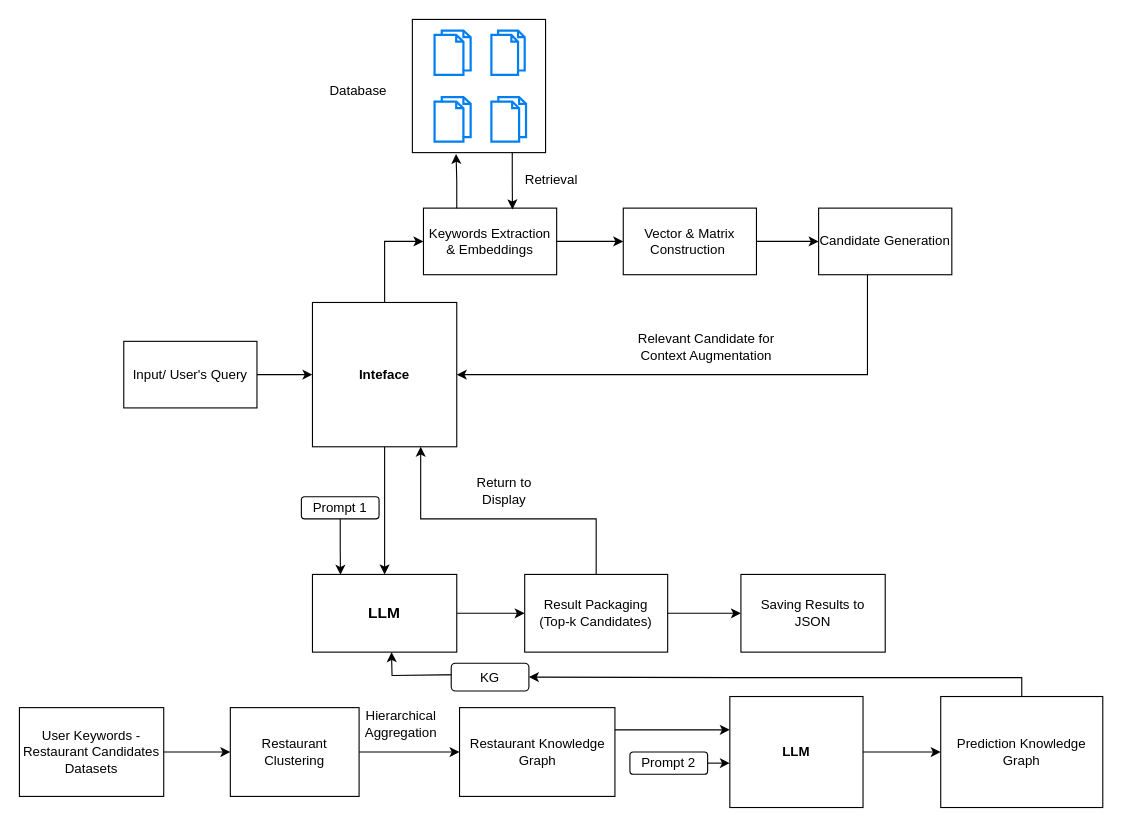
Mancupfire/Retrieval_Model keeps this draw.io diagram as Baseline.drawio. Above is the earlier version. Source tidied: cells renumbered, new cells numbered last; positions are measured from the earlier drawing's top-left corner, leaving out a move shared by most shapes. Both pictures are drawn from the tidied source at 111%, with x=0, y=0 at pixel (19, 19).
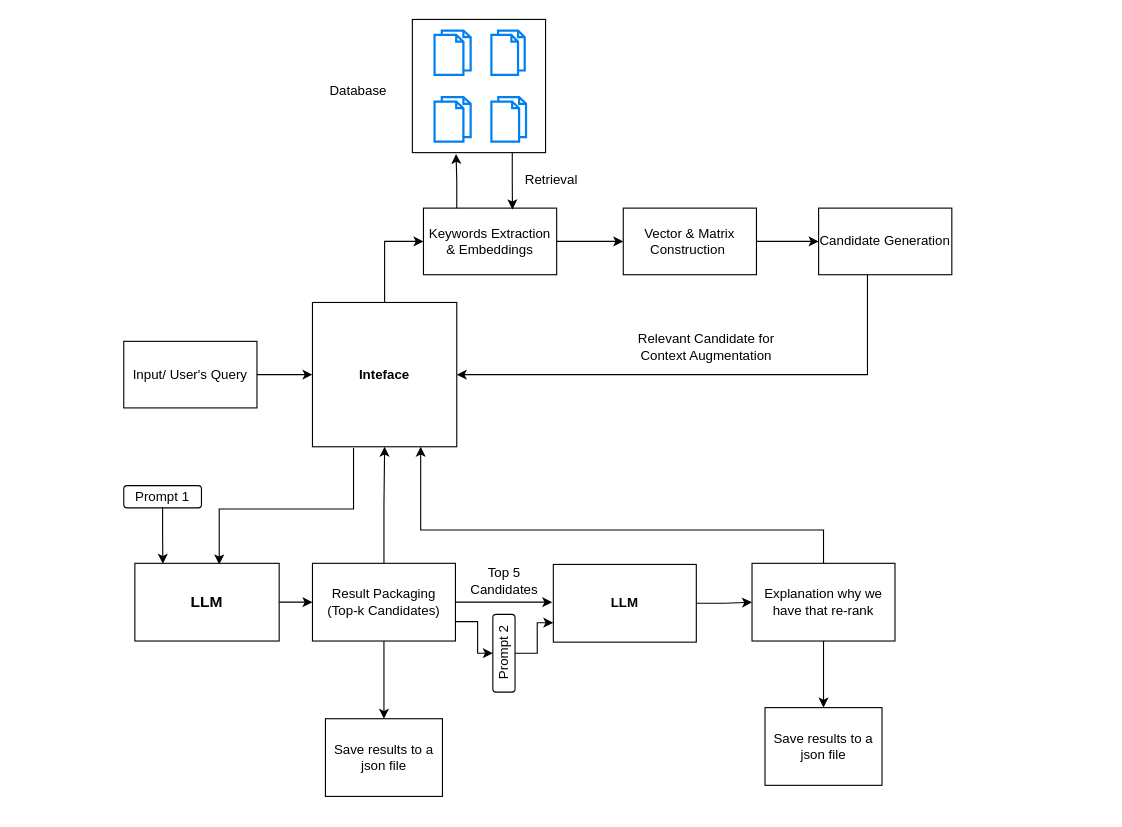
After the change.

Unchanged cells that the change refers to:
```xml
<mxCell id="7" value="&lt;b&gt;Inteface&lt;/b&gt;" style="rounded=0;whiteSpace=wrap;html=1;" parent="1" vertex="1">
  <mxGeometry x="264" y="255" width="130" height="130" as="geometry" />
</mxCell>
```

Change to the diagram source:
```diff
@@
-    <mxCell id="6" style="edgeStyle=orthogonalEdgeStyle;rounded=0;jettySize=auto;html=1;entryX=0.5;entryY=0;entryDx=0;entryDy=0;" parent="1" edge="1" source="7" target="23">
-      <mxGeometry relative="1" as="geometry" />
+    <mxCell id="6" style="edgeStyle=orthogonalEdgeStyle;rounded=0;orthogonalLoop=1;jettySize=auto;html=1;entryX=0.5;entryY=0;entryDx=0;entryDy=0;" parent="1" edge="1">
+      <mxGeometry relative="1" as="geometry">
+        <mxPoint x="301" y="386" as="sourcePoint" />
+        <mxPoint x="180" y="491" as="targetPoint" />
+        <Array as="points">
+          <mxPoint x="301" y="441" />
+          <mxPoint x="180" y="441" />
+        </Array>
+      </mxGeometry>
     </mxCell>
@@
     <mxCell id="23" value="&lt;b&gt;&lt;font style=&quot;font-size: 14px;&quot;&gt;LLM&lt;/font&gt;&lt;/b&gt;" style="rounded=0;whiteSpace=wrap;html=1;" parent="1" vertex="1">
-      <mxGeometry x="264" y="500" width="130" height="70" as="geometry" />
+      <mxGeometry x="104" y="490" width="130" height="70" as="geometry" />
     </mxCell>
     <mxCell id="24" value="Prompt 1" style="rounded=1;whiteSpace=wrap;html=1;" parent="1" vertex="1">
-      <mxGeometry x="254" y="430" width="70" height="20" as="geometry" />
+      <mxGeometry x="94" y="420" width="70" height="20" as="geometry" />
     </mxCell>
@@
-    <mxCell id="26" style="edgeStyle=orthogonalEdgeStyle;rounded=0;jettySize=auto;html=1;entryX=0;entryY=0.5;entryDx=0;entryDy=0;" parent="1" edge="1" source="28" target="29">
-      <mxGeometry relative="1" as="geometry" />
-    </mxCell>
-    <mxCell id="27" style="edgeStyle=orthogonalEdgeStyle;rounded=0;jettySize=auto;html=1;entryX=0.75;entryY=1;entryDx=0;entryDy=0;" parent="1" edge="1" source="28" target="7">
-      <mxGeometry relative="1" as="geometry">
-        <Array as="points">
-          <mxPoint x="520" y="450" />
-          <mxPoint x="362" y="450" />
-        </Array>
-      </mxGeometry>
+    <mxCell id="27" style="edgeStyle=orthogonalEdgeStyle;rounded=0;jettySize=auto;html=1;entryX=0.5;entryY=1;entryDx=0;entryDy=0;" parent="1" edge="1" source="28" target="7">
+      <mxGeometry relative="1" as="geometry" />
     </mxCell>
+    <mxCell id="47" style="edgeStyle=orthogonalEdgeStyle;rounded=0;jettySize=auto;html=1;" parent="1" edge="1" source="28">
+      <mxGeometry relative="1" as="geometry">
+        <mxPoint x="480" y="525" as="targetPoint" />
+      </mxGeometry>
+    </mxCell>
+    <mxCell id="48" style="edgeStyle=orthogonalEdgeStyle;rounded=0;jettySize=auto;html=1;exitX=1;exitY=0.75;exitDx=0;exitDy=0;entryX=0.5;entryY=0;entryDx=0;entryDy=0;" parent="1" edge="1" source="28" target="40">
+      <mxGeometry relative="1" as="geometry" />
+    </mxCell>
+    <mxCell id="49" style="edgeStyle=orthogonalEdgeStyle;rounded=0;jettySize=auto;html=1;" parent="1" edge="1" source="28">
+      <mxGeometry relative="1" as="geometry">
+        <mxPoint x="328.4" y="630" as="targetPoint" />
+      </mxGeometry>
+    </mxCell>
     <mxCell id="28" value="Result Packaging&lt;div&gt;(Top-k Candidates)&lt;/div&gt;" style="rounded=0;whiteSpace=wrap;html=1;" parent="1" vertex="1">
-      <mxGeometry x="455.2" y="500" width="128.8" height="70" as="geometry" />
+      <mxGeometry x="264" y="490" width="128.8" height="70" as="geometry" />
     </mxCell>
-    <mxCell id="29" value="Saving Results to JSON" style="rounded=0;whiteSpace=wrap;html=1;" parent="1" vertex="1">
-      <mxGeometry x="650" y="500" width="130" height="70" as="geometry" />
-    </mxCell>
-    <mxCell id="30" value="Return to Display" style="text;html=1;align=center;verticalAlign=middle;whiteSpace=wrap;rounded=0;" parent="1" vertex="1">
-      <mxGeometry x="406.5" y="410" width="60" height="30" as="geometry" />
-    </mxCell>
@@
-    <mxCell id="32" style="edgeStyle=orthogonalEdgeStyle;rounded=0;jettySize=auto;html=1;entryX=0;entryY=0.5;entryDx=0;entryDy=0;" parent="1" edge="1" source="33" target="35">
-      <mxGeometry relative="1" as="geometry" />
-    </mxCell>
-    <mxCell id="33" value="User Keywords - Restaurant Candidates Datasets" style="rounded=0;whiteSpace=wrap;html=1;" parent="1" vertex="1">
-      <mxGeometry y="620" width="130" height="80" as="geometry" />
-    </mxCell>
-    <mxCell id="34" style="edgeStyle=orthogonalEdgeStyle;rounded=0;jettySize=auto;html=1;entryX=0;entryY=0.5;entryDx=0;entryDy=0;" parent="1" edge="1" source="35" target="37">
-      <mxGeometry relative="1" as="geometry" />
-    </mxCell>
-    <mxCell id="35" value="Restaurant Clustering" style="rounded=0;whiteSpace=wrap;html=1;" parent="1" vertex="1">
-      <mxGeometry x="190" y="620" width="116" height="80" as="geometry" />
-    </mxCell>
-    <mxCell id="36" style="edgeStyle=orthogonalEdgeStyle;rounded=0;jettySize=auto;html=1;exitX=1;exitY=0.25;exitDx=0;exitDy=0;" parent="1" edge="1" source="37">
-      <mxGeometry relative="1" as="geometry">
-        <mxPoint x="640" y="640" as="targetPoint" />
-      </mxGeometry>
-    </mxCell>
-    <mxCell id="37" value="Restaurant Knowledge Graph" style="rounded=0;whiteSpace=wrap;html=1;" parent="1" vertex="1">
-      <mxGeometry x="396.5" y="620" width="140" height="80" as="geometry" />
-    </mxCell>
-    <mxCell id="38" value="Hierarchical  Aggregation" style="text;html=1;align=center;verticalAlign=middle;whiteSpace=wrap;rounded=0;" parent="1" vertex="1">
-      <mxGeometry x="314" y="620" width="60" height="30" as="geometry" />
-    </mxCell>
-    <mxCell id="39" style="edgeStyle=orthogonalEdgeStyle;rounded=0;jettySize=auto;html=1;" parent="1" edge="1" source="40">
-      <mxGeometry relative="1" as="geometry">
-        <mxPoint x="640" y="670" as="targetPoint" />
-      </mxGeometry>
-    </mxCell>
+    <mxCell id="50" style="edgeStyle=orthogonalEdgeStyle;rounded=0;jettySize=auto;html=1;" parent="1" edge="1" source="42">
+      <mxGeometry relative="1" as="geometry">
+        <mxPoint x="660" y="525" as="targetPoint" />
+      </mxGeometry>
+    </mxCell>
+    <mxCell id="42" value="&lt;b&gt;LLM&lt;/b&gt;" style="rounded=0;whiteSpace=wrap;html=1;" parent="1" vertex="1">
+      <mxGeometry x="481" y="491" width="128.8" height="70" as="geometry" />
+    </mxCell>
+    <mxCell id="51" style="edgeStyle=orthogonalEdgeStyle;rounded=0;jettySize=auto;html=1;entryX=0.75;entryY=1;entryDx=0;entryDy=0;" parent="1" edge="1" source="53" target="7">
+      <mxGeometry relative="1" as="geometry">
+        <Array as="points">
+          <mxPoint x="724" y="460" />
+          <mxPoint x="362" y="460" />
+        </Array>
+      </mxGeometry>
+    </mxCell>
+    <mxCell id="52" style="edgeStyle=orthogonalEdgeStyle;rounded=0;jettySize=auto;html=1;entryX=0.5;entryY=0;entryDx=0;entryDy=0;" parent="1" edge="1" source="53" target="57">
+      <mxGeometry relative="1" as="geometry" />
+    </mxCell>
+    <mxCell id="53" value="Explanation why we have that re-rank" style="rounded=0;whiteSpace=wrap;html=1;" parent="1" vertex="1">
+      <mxGeometry x="660" y="490" width="128.8" height="70" as="geometry" />
+    </mxCell>
+    <mxCell id="54" value="Top 5 Candidates" style="text;html=1;align=center;verticalAlign=middle;whiteSpace=wrap;rounded=0;" parent="1" vertex="1">
+      <mxGeometry x="406.5" y="491" width="60" height="30" as="geometry" />
+    </mxCell>
+    <mxCell id="55" style="edgeStyle=orthogonalEdgeStyle;rounded=0;jettySize=auto;html=1;entryX=0;entryY=0.75;entryDx=0;entryDy=0;" parent="1" edge="1" source="40" target="42">
+      <mxGeometry relative="1" as="geometry" />
+    </mxCell>
-    <mxCell id="40" value="Prompt 2" style="rounded=1;whiteSpace=wrap;html=1;" parent="1" vertex="1">
-      <mxGeometry x="550" y="660" width="70" height="20" as="geometry" />
+    <mxCell id="40" value="Prompt 2" style="rounded=1;whiteSpace=wrap;html=1;rotation=-90;" parent="1" vertex="1">
+      <mxGeometry x="401.5" y="561" width="70" height="20" as="geometry" />
     </mxCell>
-    <mxCell id="41" style="edgeStyle=orthogonalEdgeStyle;rounded=0;jettySize=auto;html=1;" parent="1" edge="1" source="42">
-      <mxGeometry relative="1" as="geometry">
-        <mxPoint x="830" y="660" as="targetPoint" />
-      </mxGeometry>
-    </mxCell>
-    <mxCell id="42" value="&lt;b&gt;LLM&lt;/b&gt;" style="rounded=0;whiteSpace=wrap;html=1;" parent="1" vertex="1">
-      <mxGeometry x="640" y="610" width="120" height="100" as="geometry" />
-    </mxCell>
-    <mxCell id="43" style="edgeStyle=orthogonalEdgeStyle;rounded=0;jettySize=auto;html=1;entryX=1;entryY=0.5;entryDx=0;entryDy=0;" parent="1" edge="1" source="44" target="46">
-      <mxGeometry relative="1" as="geometry">
-        <Array as="points">
-          <mxPoint x="903" y="593" />
-          <mxPoint x="645" y="593" />
-        </Array>
-      </mxGeometry>
-    </mxCell>
-    <mxCell id="44" value="Prediction Knowledge Graph" style="rounded=0;whiteSpace=wrap;html=1;" parent="1" vertex="1">
-      <mxGeometry x="830" y="610" width="146" height="100" as="geometry" />
-    </mxCell>
-    <mxCell id="45" style="edgeStyle=orthogonalEdgeStyle;rounded=0;orthogonalLoop=1;jettySize=auto;html=1;entryX=0.5;entryY=1;entryDx=0;entryDy=0;" parent="1" edge="1">
-      <mxGeometry relative="1" as="geometry">
-        <mxPoint x="425.2" y="590" as="sourcePoint" />
-        <mxPoint x="335.2" y="570" as="targetPoint" />
-      </mxGeometry>
-    </mxCell>
-    <mxCell id="46" value="KG" style="rounded=1;whiteSpace=wrap;html=1;" parent="1" vertex="1">
-      <mxGeometry x="389" y="580" width="70" height="25" as="geometry" />
-    </mxCell>
+    <mxCell id="56" value="Save results to a json file" style="rounded=0;whiteSpace=wrap;html=1;" parent="1" vertex="1">
+      <mxGeometry x="275.7" y="630" width="105.4" height="70" as="geometry" />
+    </mxCell>
+    <mxCell id="57" value="Save results to a json file" style="rounded=0;whiteSpace=wrap;html=1;" parent="1" vertex="1">
+      <mxGeometry x="671.7" y="620" width="105.4" height="70" as="geometry" />
+    </mxCell>
```
